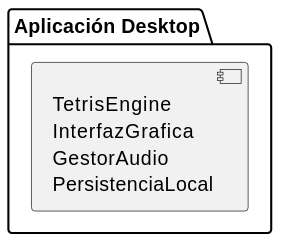
The PlantUML diagram images/plantUMLModels/componentDiagramTetrisMonolito.svg in mmasias/uml, before a commit.
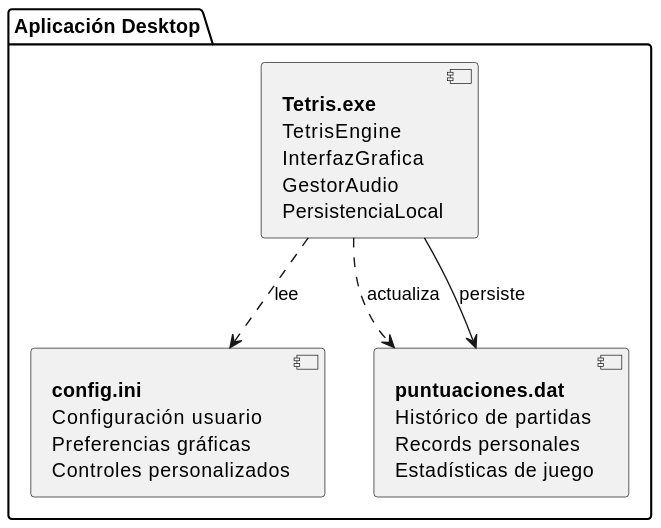
The same file after the commit.

Commit message:
fix: corregir diagrama de componentes para el monolito de Tetris

Diff of the diagram source:
```diff
@@ -1,10 +1,29 @@
 @startuml
 package "Aplicación Desktop" {
-    component Tetris [
-        TetrisEngine
-        InterfazGrafica
-        GestorAudio
-        PersistenciaLocal
-    ]
+  component tetrisExe [
+    <b>Tetris.exe</b>
+    TetrisEngine
+    InterfazGrafica
+    GestorAudio
+    PersistenciaLocal
+  ]
+
+  component configFile [
+    <b>config.ini</b>
+    Configuración usuario
+    Preferencias gráficas
+    Controles personalizados
+  ]
+
+  component scoresFile [
+    <b>puntuaciones.dat</b>
+    Histórico de partidas
+    Records personales
+    Estadísticas de juego
+  ]
 }
+
+tetrisExe ..> configFile : lee
+tetrisExe ..> scoresFile : actualiza
+tetrisExe --> scoresFile : persiste
 @enduml
```
